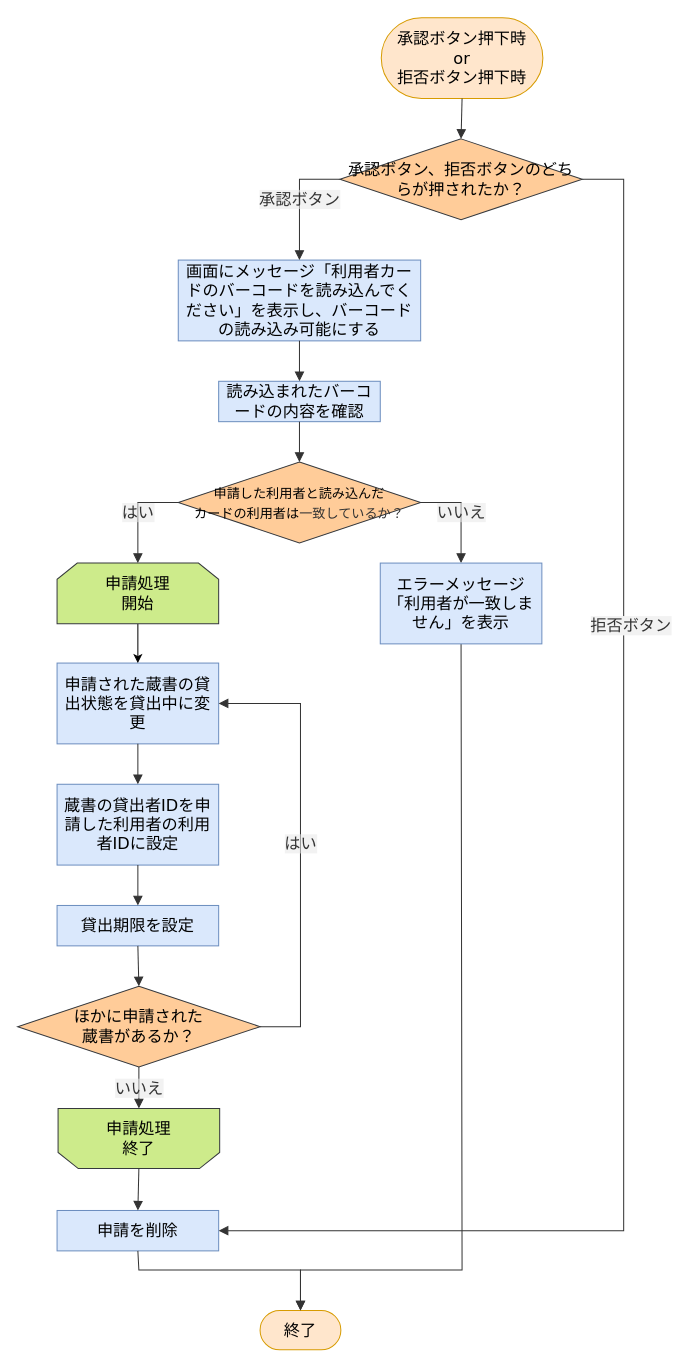
This is 詳細設計書/7班/flowchart/貸出処理.drawio from rs002421-creator/-, a draw.io file, before an edit. Source tidied: cells renumbered, new cells numbered last; positions are measured from the earlier drawing's top-left corner, leaving out a move shared by most shapes. Both pictures are drawn from the tidied source at 101%, with x=0, y=0 at pixel (17, 17).
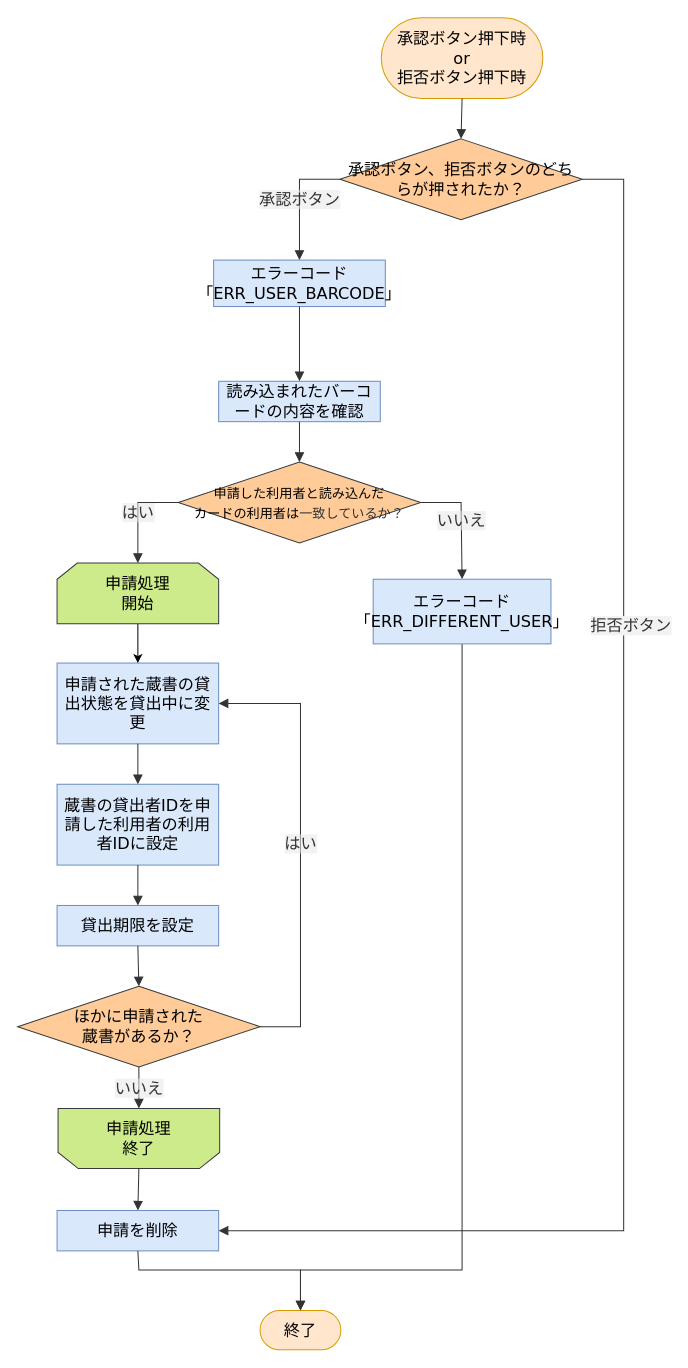
After the change.

What changed in the source:
```diff
@@
-    <mxCell id="4" value="画面にメッセージ「利用者カードのバーコードを読み込んでください」を表示し、バーコードの読み込み可能にする" style="html=1;whiteSpace=wrap;strokeWidth=1;fillColor=#dae8fc;strokeColor=#6c8ebf;fontFamily=Trebuchet MS,Verdana,Arial,sans-serif;fontSize=16;" parent="1" vertex="1">
-      <mxGeometry x="159" y="240" width="240" height="80" as="geometry" />
+    <mxCell id="4" value="エラーコード「ERR_USER_BARCODE」" style="html=1;whiteSpace=wrap;strokeWidth=1;fillColor=#dae8fc;strokeColor=#6c8ebf;fontFamily=Trebuchet MS,Verdana,Arial,sans-serif;fontSize=16;" parent="1" vertex="1">
+      <mxGeometry x="194" y="240" width="170" height="46" as="geometry" />
     </mxCell>
@@
-    <mxCell id="28" value="エラーメッセージ「利用者が一致しません」を表示" style="html=1;whiteSpace=wrap;strokeWidth=1;fillColor=#dae8fc;strokeColor=#6c8ebf;fontFamily=Trebuchet MS,Verdana,Arial,sans-serif;fontSize=16;" parent="1" vertex="1">
-      <mxGeometry x="359" y="540" width="160" height="80" as="geometry" />
+    <mxCell id="28" value="エラーコード「ERR_DIFFERENT_USER」" style="html=1;whiteSpace=wrap;strokeWidth=1;fillColor=#dae8fc;strokeColor=#6c8ebf;fontFamily=Trebuchet MS,Verdana,Arial,sans-serif;fontSize=16;" parent="1" vertex="1">
+      <mxGeometry x="352" y="556" width="176" height="64" as="geometry" />
     </mxCell>
```
